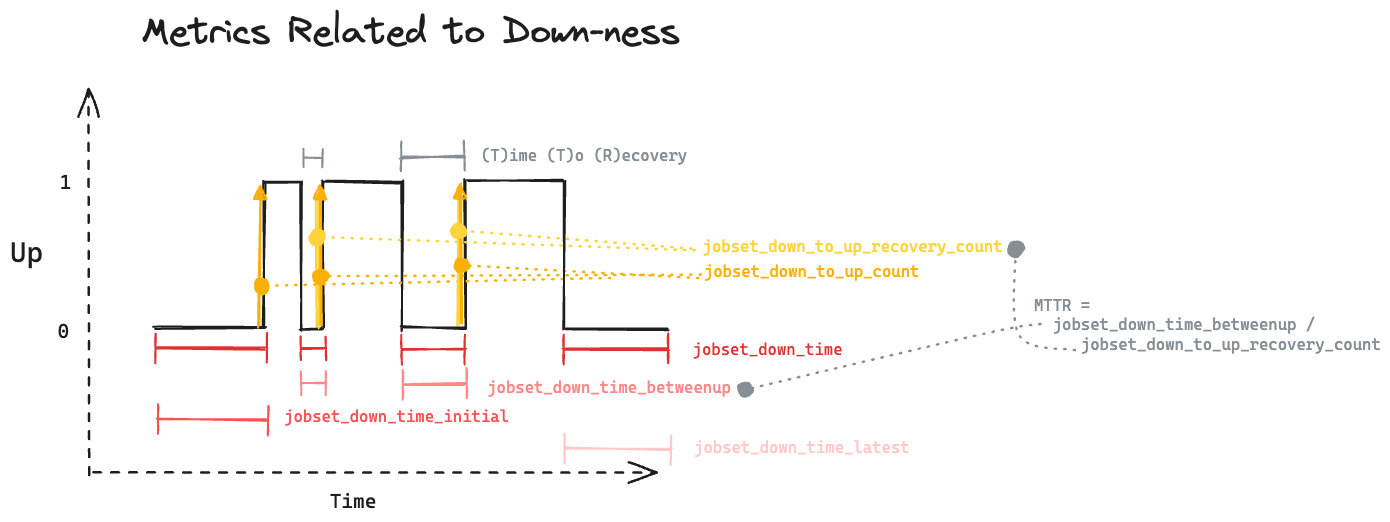
This is docs/diagrams/downness-metrics.excalidraw.png from nstogner/megamon, a Excalidraw export, as it was before one commit. Source tidied: one line per element, renumbered; positions are measured from the earlier drawing's top-left corner, leaving out a move shared by most shapes.
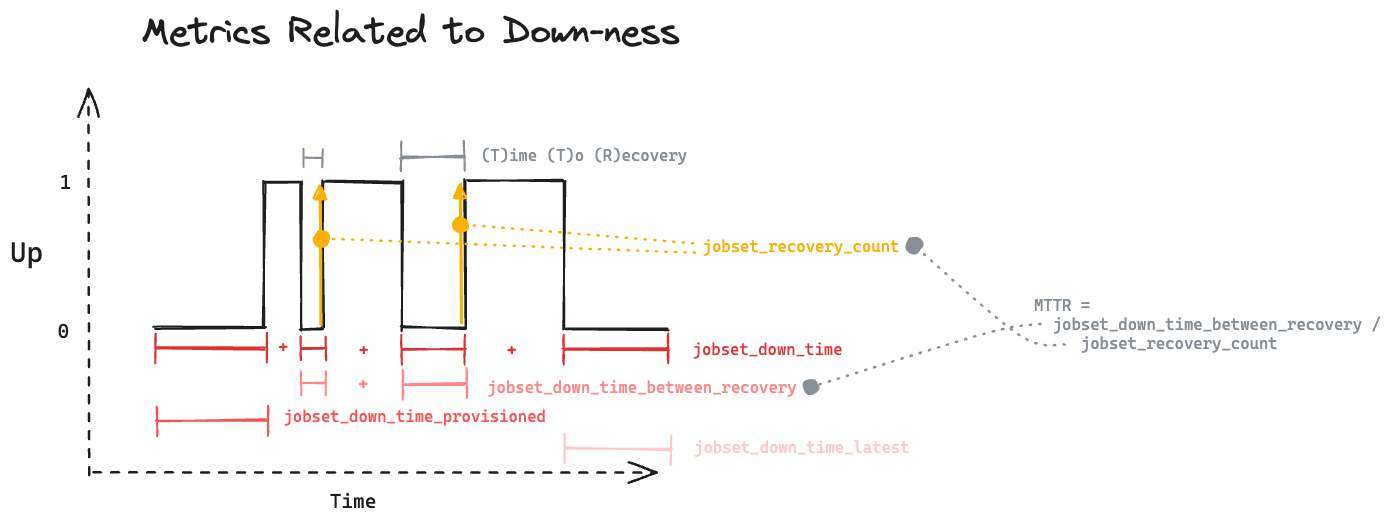
The same file after the commit.

Diff of the diagram source:
```diff
@@ -15,36 +15,33 @@
 {"id": 14, "type": "line", "strokeColor": "#1e1e1e", "strokeWidth": 2, "roughness": 1, "round": true, "x": 290, "y": 320, "width": 23, "height": 0, "points": [[0, 0], [23, 0]]}
 {"id": 15, "type": "line", "strokeColor": "#1e1e1e", "strokeWidth": 2, "roughness": 1, "round": true, "x": 313, "y": 171, "width": 0, "height": 148, "points": [[0, 0], [0, 148]]}
 {"id": 16, "type": "line", "strokeColor": "#1e1e1e", "strokeWidth": 2, "roughness": 1, "round": true, "x": 315, "y": 171, "width": 76, "height": 1, "points": [[0, 0], [76, 1]]}
-{"id": 17, "type": "arrow", "strokeColor": "#e03131", "strokeWidth": 2, "roughness": 1, "startArrowhead": "bar", "endArrowhead": "bar", "round": true, "x": 146, "y": 338, "width": 109, "height": 1, "points": [[0, 0], [109, 1]]}
+{"id": 17, "type": "arrow", "strokeColor": "#e03131", "strokeWidth": 2, "roughness": 1, "startArrowhead": "bar", "endArrowhead": "bar", "round": true, "to": 52, "x": 146, "y": 338, "width": 109, "height": 1, "points": [[0, 0], [109, 1]]}
 {"id": 18, "type": "arrow", "strokeColor": "#e03131", "strokeWidth": 2, "roughness": 1, "startArrowhead": "bar", "endArrowhead": "bar", "round": true, "x": 392, "y": 340, "width": 64, "height": 0, "points": [[0, 0], [64, 0]]}
-{"id": 19, "type": "arrow", "strokeColor": "#e03131", "strokeWidth": 2, "roughness": 1, "startArrowhead": "bar", "endArrowhead": "bar", "round": true, "x": 291, "y": 339, "width": 24, "height": 0, "points": [[0, 0], [24, 0]]}
+{"id": 19, "type": "arrow", "strokeColor": "#e03131", "strokeWidth": 2, "roughness": 1, "startArrowhead": "bar", "endArrowhead": "bar", "round": true, "from": 52, "x": 291, "y": 339, "width": 24, "height": 0, "points": [[0, 0], [24, 0]]}
 {"id": 20, "type": "text", "text": "jobset_down_time", "strokeColor": "#e03131", "strokeWidth": 2, "roughness": 1, "fontSize": 16, "fontFamily": 3, "x": 683, "y": 330, "width": 150, "height": 19}
-{"id": 21, "type": "text", "text": "jobset_down_time_betweenup", "strokeColor": "#ff8787", "strokeWidth": 2, "roughness": 1, "fontSize": 16, "fontFamily": 3, "x": 477, "y": 368, "width": 244, "height": 19}
+{"id": 21, "type": "text", "text": "jobset_down_time_between_recovery", "strokeColor": "#ff8787", "strokeWidth": 2, "roughness": 1, "fontSize": 16, "fontFamily": 3, "x": 477, "y": 368, "width": 309, "height": 19}
 {"id": 22, "type": "arrow", "strokeColor": "#ff8787", "strokeWidth": 2, "roughness": 1, "startArrowhead": "bar", "endArrowhead": "bar", "round": true, "x": 393, "y": 374, "width": 62, "height": 0, "points": [[0, 0], [62, 0]]}
 {"id": 23, "type": "arrow", "strokeColor": "#ff8787", "strokeWidth": 2, "roughness": 1, "startArrowhead": "bar", "endArrowhead": "bar", "round": true, "x": 291, "y": 373, "width": 24, "height": 0, "points": [[0, 0], [24, 0]]}
-{"id": 24, "type": "text", "text": "jobset_down_to_up_count", "strokeColor": "#fab005", "strokeWidth": 2, "roughness": 1, "fontSize": 16, "fontFamily": 3, "x": 694, "y": 252, "width": 216, "height": 19}
-{"id": 25, "type": "text", "text": "jobset_down_to_up_recovery_count", "strokeColor": "#ffd43b", "strokeWidth": 2, "roughness": 1, "fontSize": 16, "fontFamily": 3, "x": 693, "y": 227, "width": 300, "height": 19}
+{"id": 25, "type": "text", "text": "jobset_recovery_count", "strokeColor": "#fab005", "strokeWidth": 2, "roughness": 1, "fontSize": 16, "fontFamily": 3, "x": 693, "y": 227, "width": 197, "height": 19}
-{"id": 26, "type": "text", "text": "MTTR = \n  jobset_down_time_betweenup /\n     jobset_down_to_up_recovery_count", "strokeColor": "#868e96", "backgroundColor": "#fab005", "fillStyle": "solid", "strokeWidth": 2, "strokeStyle": "dotted", "roughness": 1, "fontSize": 16, "fontFamily": 3, "x": 1024, "y": 287, "width": 347, "height": 58}
+{"id": 26, "type": "text", "text": "MTTR = \n  jobset_down_time_between_recovery /\n     jobset_recovery_count", "strokeColor": "#868e96", "backgroundColor": "#fab005", "fillStyle": "solid", "strokeWidth": 2, "strokeStyle": "dotted", "roughness": 1, "fontSize": 16, "fontFamily": 3, "x": 1024, "y": 286, "width": 347, "height": 58}
-{"id": 27, "type": "arrow", "strokeColor": "#868e96", "backgroundColor": "#fab005", "fillStyle": "solid", "strokeWidth": 2, "strokeStyle": "dotted", "roughness": 1, "endArrowhead": "dot", "round": true, "to": 25, "x": 1064, "y": 340, "width": 58, "height": 101, "points": [[0, 0], [-56, -15], [-58, -101]]}
+{"id": 27, "type": "arrow", "strokeColor": "#868e96", "backgroundColor": "#fab005", "fillStyle": "solid", "strokeWidth": 2, "strokeStyle": "dotted", "roughness": 1, "endArrowhead": "dot", "round": true, "to": 25, "x": 1054, "y": 335, "width": 150, "height": 99, "points": [[0, 0], [-46, -10], [-150, -99]]}
-{"id": 28, "type": "arrow", "strokeColor": "#fab005", "backgroundColor": "#fab005", "fillStyle": "solid", "strokeWidth": 2, "roughness": 1, "endArrowhead": "triangle", "round": true, "x": 249, "y": 316, "width": 1, "height": 139, "points": [[0, 0], [1, -139]]}
-{"id": 29, "type": "line", "strokeColor": "#ffd43b", "backgroundColor": "#ffec99", "fillStyle": "solid", "strokeWidth": 2, "roughness": 1, "round": true, "x": 307, "y": 317, "width": 0, "height": 128, "points": [[0, 0], [0, -128]]}
-{"id": 30, "type": "arrow", "strokeColor": "#fab005", "strokeWidth": 2, "strokeStyle": "dotted", "roughness": 1, "endArrowhead": "dot", "round": true, "from": 24, "x": 692, "y": 266, "width": 382, "height": 0, "points": [[0, 0], [-382, 0]]}
-{"id": 31, "type": "arrow", "strokeColor": "#fab005", "backgroundColor": "#fab005", "fillStyle": "solid", "strokeWidth": 2, "roughness": 1, "endArrowhead": "triangle", "round": true, "x": 311, "y": 315, "width": 1, "height": 139, "points": [[0, 0], [1, -139]]}
+{"id": 31, "type": "arrow", "strokeColor": "#fab005", "backgroundColor": "#fab005", "fillStyle": "solid", "strokeWidth": 2, "roughness": 1, "endArrowhead": "triangle", "round": true, "x": 310, "y": 315, "width": 1, "height": 139, "points": [[0, 0], [1, -139]]}
-{"id": 32, "type": "arrow", "strokeColor": "#ffd43b", "strokeWidth": 2, "strokeStyle": "dotted", "roughness": 1, "endArrowhead": "dot", "round": true, "from": 25, "x": 685, "y": 240, "width": 377, "height": 12, "points": [[0, 0], [-377, -12]]}
+{"id": 32, "type": "arrow", "strokeColor": "#fab005", "strokeWidth": 2, "strokeStyle": "dotted", "roughness": 1, "endArrowhead": "dot", "round": true, "from": 25, "x": 685, "y": 242, "width": 373, "height": 13, "points": [[0, 0], [-373, -13]]}
-{"id": 33, "type": "arrow", "strokeColor": "#fab005", "strokeWidth": 2, "strokeStyle": "dotted", "roughness": 1, "endArrowhead": "dot", "round": true, "x": 601, "y": 268, "width": 348, "height": 7, "points": [[0, 0], [-348, 7]]}
-{"id": 34, "type": "line", "strokeColor": "#ffd43b", "backgroundColor": "#ffec99", "fillStyle": "solid", "strokeWidth": 2, "roughness": 1, "round": true, "x": 448, "y": 315, "width": 0, "height": 128, "points": [[0, 0], [0, -128]]}
 {"id": 35, "type": "arrow", "strokeColor": "#fab005", "backgroundColor": "#fab005", "fillStyle": "solid", "strokeWidth": 2, "roughness": 1, "endArrowhead": "triangle", "round": true, "x": 451, "y": 313, "width": 1, "height": 139, "points": [[0, 0], [1, -139]]}
-{"id": 36, "type": "arrow", "strokeColor": "#ffd43b", "strokeWidth": 2, "strokeStyle": "dotted", "roughness": 1, "endArrowhead": "dot", "round": true, "from": 25, "x": 682, "y": 239, "width": 234, "height": 18, "points": [[0, 0], [-234, -18]]}
+{"id": 36, "type": "arrow", "strokeColor": "#fab005", "strokeWidth": 2, "strokeStyle": "dotted", "roughness": 1, "endArrowhead": "dot", "round": true, "from": 25, "x": 684, "y": 234, "width": 234, "height": 19, "points": [[0, 0], [-234, -19]]}
-{"id": 37, "type": "arrow", "strokeColor": "#fab005", "strokeWidth": 2, "strokeStyle": "dotted", "roughness": 1, "endArrowhead": "dot", "round": true, "from": 24, "x": 688, "y": 269, "width": 237, "height": 15, "points": [[0, 0], [-237, -15]]}
 {"id": 38, "type": "line", "strokeColor": "#1e1e1e", "strokeWidth": 2, "roughness": 1, "round": true, "x": 555, "y": 171, "width": 0, "height": 148, "points": [[0, 0], [0, 148]]}
 {"id": 39, "type": "line", "strokeColor": "#1e1e1e", "strokeWidth": 2, "roughness": 1, "round": true, "x": 554, "y": 319, "width": 105, "height": 1, "points": [[0, 0], [105, 1]]}
 {"id": 40, "type": "arrow", "strokeColor": "#e03131", "strokeWidth": 2, "roughness": 1, "startArrowhead": "bar", "endArrowhead": "bar", "round": true, "x": 553, "y": 340, "width": 106, "height": 0, "points": [[0, 0], [106, 0]]}
 {"id": 41, "type": "text", "text": "jobset_down_time_latest", "strokeColor": "#ffc9c9", "strokeWidth": 2, "roughness": 1, "fontSize": 16, "fontFamily": 3, "x": 684, "y": 428, "width": 216, "height": 19}
 {"id": 42, "type": "arrow", "strokeColor": "#ffc9c9", "strokeWidth": 2, "roughness": 1, "startArrowhead": "bar", "endArrowhead": "bar", "round": true, "x": 555, "y": 439, "width": 106, "height": 0, "points": [[0, 0], [106, 0]]}
-{"id": 43, "type": "arrow", "strokeColor": "#fa5252", "strokeWidth": 2, "roughness": 1, "startArrowhead": "bar", "endArrowhead": "bar", "round": true, "x": 148, "y": 408, "width": 109, "height": 1, "points": [[0, 0], [109, 1]]}
+{"id": 43, "type": "arrow", "strokeColor": "#fa5252", "strokeWidth": 2, "roughness": 1, "startArrowhead": "bar", "endArrowhead": "bar", "round": true, "x": 147, "y": 410, "width": 110, "height": 1, "points": [[0, 0], [110, -1]]}
-{"id": 44, "type": "text", "text": "jobset_down_time_initial", "strokeColor": "#fa5252", "strokeWidth": 2, "roughness": 1, "fontSize": 16, "fontFamily": 3, "x": 274, "y": 397, "width": 225, "height": 19}
+{"id": 44, "type": "text", "text": "jobset_down_time_provisioned", "strokeColor": "#fa5252", "strokeWidth": 2, "roughness": 1, "fontSize": 16, "fontFamily": 3, "x": 273, "y": 397, "width": 262, "height": 19}
 {"id": 45, "type": "arrow", "strokeColor": "#868e96", "strokeWidth": 2, "roughness": 1, "startArrowhead": "bar", "endArrowhead": "bar", "round": true, "to": 47, "x": 391, "y": 147, "width": 64, "height": 0, "points": [[0, 0], [64, 0]]}
 {"id": 46, "type": "arrow", "strokeColor": "#868e96", "strokeWidth": 2, "roughness": 1, "startArrowhead": "bar", "endArrowhead": "bar", "round": true, "x": 294, "y": 148, "width": 18, "height": 1, "points": [[0, 0], [18, 1]]}
 {"id": 47, "type": "text", "text": "(T)ime (T)o (R)ecovery", "strokeColor": "#868e96", "backgroundColor": "#fab005", "fillStyle": "solid", "strokeWidth": 2, "roughness": 1, "fontSize": 16, "fontFamily": 3, "x": 471, "y": 136, "width": 206, "height": 19}
 {"id": 48, "type": "text", "text": "Metrics Related to Down-ness", "strokeColor": "#1e1e1e", "strokeWidth": 2, "roughness": 1, "fontSize": 36, "fontFamily": 1, "x": 132, "y": 0, "width": 538, "height": 45}
-{"id": 49, "type": "arrow", "strokeColor": "#868e96", "backgroundColor": "#fab005", "fillStyle": "solid", "strokeWidth": 2, "strokeStyle": "dotted", "roughness": 1, "endArrowhead": "dot", "round": true, "to": 21, "x": 1032, "y": 313, "width": 297, "height": 68, "points": [[0, 0], [-57, 11], [-297, 68]]}
+{"id": 49, "type": "arrow", "strokeColor": "#868e96", "backgroundColor": "#fab005", "fillStyle": "solid", "strokeWidth": 2, "strokeStyle": "dotted", "roughness": 1, "endArrowhead": "dot", "round": true, "to": 21, "x": 1032, "y": 313, "width": 232, "height": 65, "points": [[0, 0], [-57, 11], [-232, 65]]}
+{"id": 50, "type": "text", "text": "+", "strokeColor": "#e03131", "strokeWidth": 2, "roughness": 1, "fontSize": 20, "fontFamily": 1, "x": 347, "y": 328, "width": 12, "height": 25}
+{"id": 51, "type": "text", "text": "+", "strokeColor": "#e03131", "strokeWidth": 2, "roughness": 1, "fontSize": 20, "fontFamily": 1, "x": 495, "y": 328, "width": 12, "height": 25}
+{"id": 52, "type": "text", "text": "+", "strokeColor": "#e03131", "strokeWidth": 2, "roughness": 1, "fontSize": 20, "fontFamily": 1, "x": 267, "y": 325, "width": 12, "height": 25}
+{"id": 53, "type": "text", "text": "+", "strokeColor": "#ff8787", "strokeWidth": 2, "roughness": 1, "fontSize": 20, "fontFamily": 1, "x": 347, "y": 362, "width": 12, "height": 25}
```
